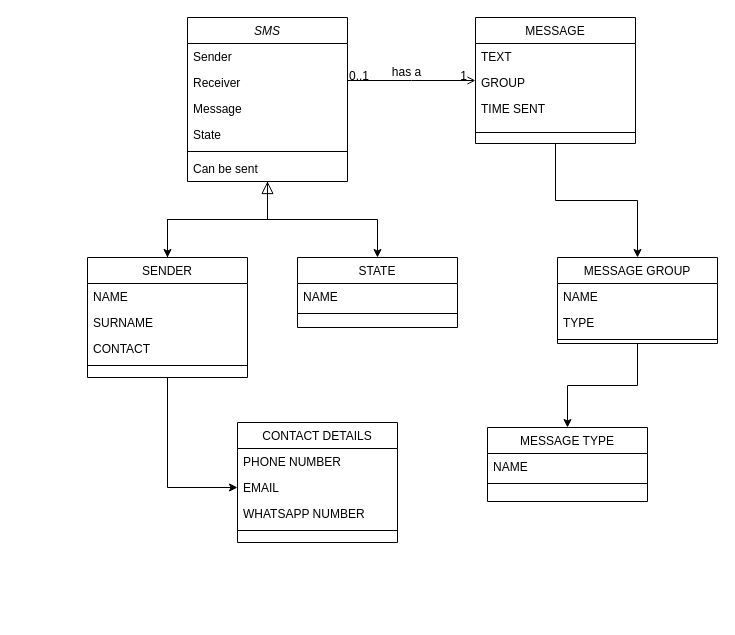
This is Communication Service/Communication.drawio from DuncantheeDuncan/online-retail-style-essence-services, a draw.io file, before an edit. Source tidied: cells renumbered, new cells numbered last; positions are measured from the earlier drawing's top-left corner, leaving out a move shared by most shapes. Both pictures are drawn from the tidied source at 100%, with x=0, y=0 at pixel (87, 17).
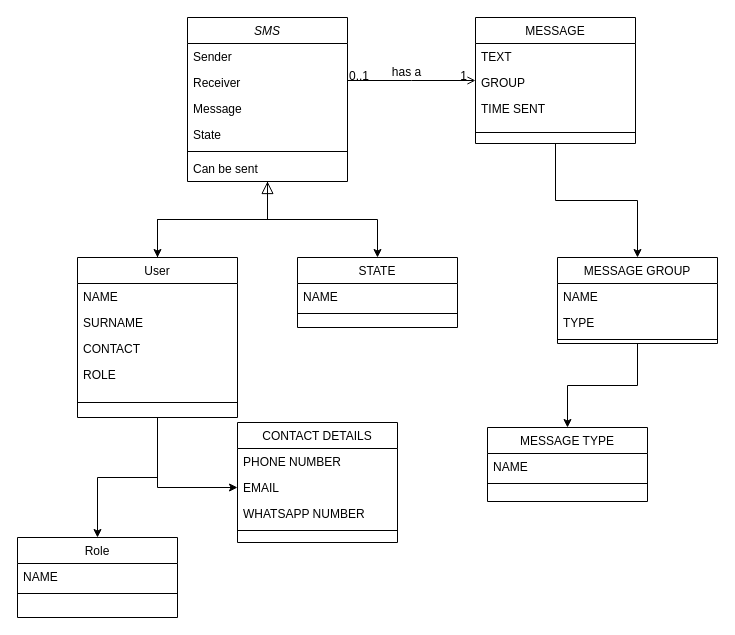
The same diagram, later.

What changed in the source:
```diff
@@
+    <mxCell id="44" style="edgeStyle=orthogonalEdgeStyle;rounded=0;jettySize=auto;html=1;" parent="1" edge="1" source="12" target="46">
+      <mxGeometry relative="1" as="geometry" />
+    </mxCell>
-    <mxCell id="12" value="SENDER" style="swimlane;fontStyle=0;align=center;verticalAlign=top;horizontal=1;startSize=26;rounded=0;shadow=0;strokeWidth=1;" parent="1" vertex="1">
-      <mxGeometry y="240" width="160" height="120" as="geometry" />
+    <mxCell id="12" value="User" style="swimlane;fontStyle=0;align=center;verticalAlign=top;horizontal=1;startSize=26;rounded=0;shadow=0;strokeWidth=1;" parent="1" vertex="1">
+      <mxGeometry x="-10" y="240" width="160" height="160" as="geometry" />
     </mxCell>
@@
+    <mxCell id="45" value="ROLE" style="text;align=left;verticalAlign=top;spacingLeft=4;spacingRight=4;overflow=hidden;" parent="12" vertex="1">
+      <mxGeometry y="104" width="160" height="26" as="geometry" />
+    </mxCell>
     <mxCell id="16" style="line;html=1;strokeWidth=1;align=left;verticalAlign=middle;spacingTop=-1;spacingLeft=3;spacingRight=3;labelPosition=right;" parent="12" vertex="1">
-      <mxGeometry y="104" width="160" height="8" as="geometry" />
+      <mxGeometry y="130" width="160" height="30" as="geometry" />
     </mxCell>
@@
+    <mxCell id="46" value="Role" style="swimlane;fontStyle=0;align=center;verticalAlign=top;horizontal=1;startSize=26;rounded=0;shadow=0;strokeWidth=1;" parent="1" vertex="1">
+      <mxGeometry x="-70" y="520" width="160" height="80" as="geometry" />
+    </mxCell>
+    <mxCell id="47" value="NAME" style="text;align=left;verticalAlign=top;spacingLeft=4;spacingRight=4;overflow=hidden;" parent="46" vertex="1">
+      <mxGeometry y="26" width="160" height="26" as="geometry" />
+    </mxCell>
+    <mxCell id="48" style="line;html=1;strokeWidth=1;align=left;verticalAlign=middle;spacingTop=-1;spacingLeft=3;spacingRight=3;labelPosition=right;" parent="46" vertex="1">
+      <mxGeometry y="52" width="160" height="8" as="geometry" />
+    </mxCell>
```
